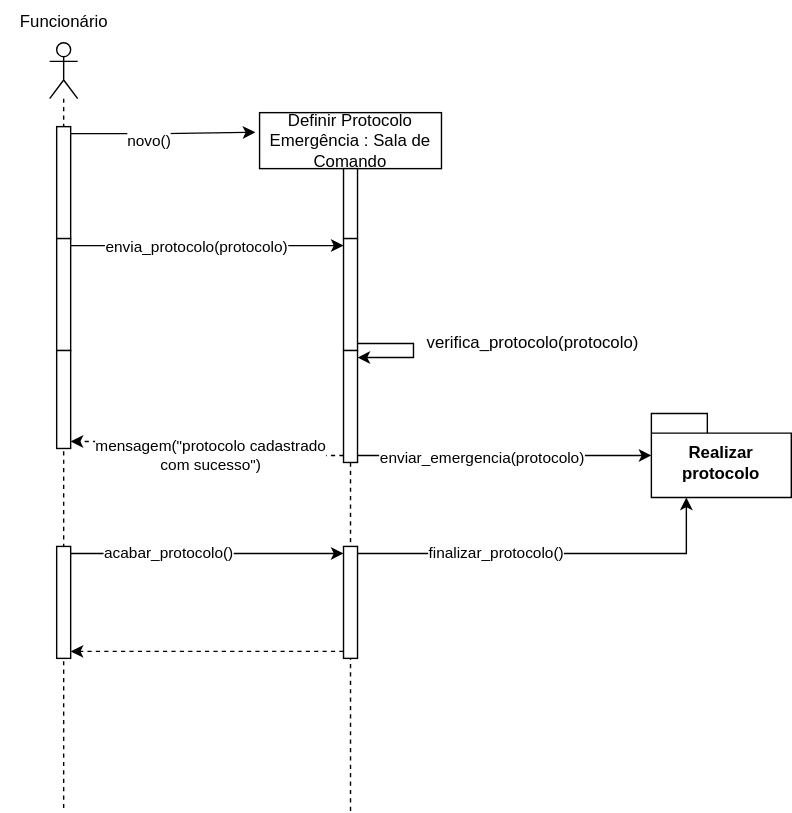
The draw.io diagram Diagrama-Sequencia/diagrama_2.svg in wholocked1/Projeto-2-modelagem, before a commit. Source tidied: cells renumbered, new cells last; positions are measured from the earlier drawing's top-left corner, leaving out a move shared by most shapes.
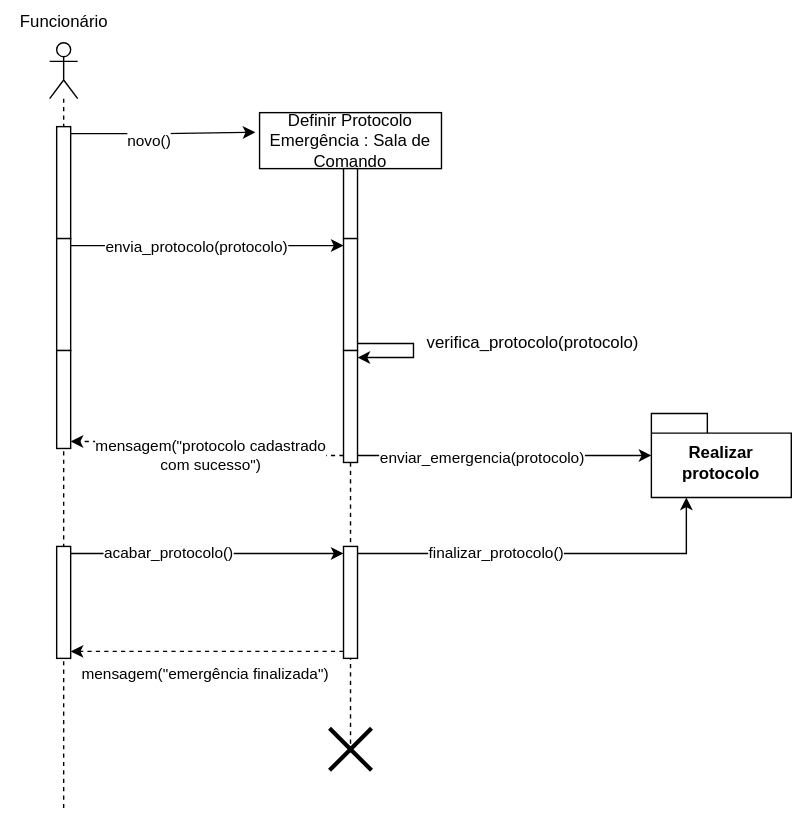
Later version of the same file.

Diff of the diagram source:
```diff
@@ -21,7 +21,7 @@
       <mxGeometry width="90" height="30" as="geometry" />
     </mxCell>
     <mxCell id="8" value="Definir Protocolo Emergência : Sala de Comando" style="shape=umlLifeline;perimeter=lifelinePerimeter;whiteSpace=wrap;html=1;newEdgeStyle={&quot;curved&quot;:0,&quot;rounded&quot;:0};" parent="1" vertex="1">
-      <mxGeometry x="185" y="80" width="130" height="500" as="geometry" />
+      <mxGeometry x="185" y="80" width="130" height="460" as="geometry" />
     </mxCell>
     <mxCell id="9" style="html=1;perimeter=orthogonalPerimeter;targetShapes=umlLifeline;newEdgeStyle={&quot;curved&quot;:0,&quot;rounded&quot;:0};" parent="8" vertex="1">
       <mxGeometry x="60" y="40" width="10" height="50" as="geometry" />
@@ -43,6 +43,9 @@
     <mxCell id="13" style="html=1;points=[[0,0,0,0,5],[0,1,0,0,-5],[1,0,0,0,5],[1,1,0,0,-5]];perimeter=orthogonalPerimeter;outlineConnect=0;targetShapes=umlLifeline;portConstraint=eastwest;newEdgeStyle={&quot;curved&quot;:0,&quot;rounded&quot;:0};" parent="8" vertex="1">
       <mxGeometry x="60" y="310" width="10" height="80" as="geometry" />
     </mxCell>
+    <mxCell id="29" style="shape=umlDestroy;whiteSpace=wrap;html=1;strokeWidth=3;targetShapes=umlLifeline;" parent="8" vertex="1">
+      <mxGeometry x="50" y="440" width="30" height="30" as="geometry" />
+    </mxCell>
     <mxCell id="14" style="edgeStyle=orthogonalEdgeStyle;rounded=0;jettySize=auto;html=1;curved=0;exitX=1;exitY=0;exitDx=0;exitDy=5;exitPerimeter=0;entryX=0;entryY=0;entryDx=0;entryDy=5;entryPerimeter=0;" parent="1" edge="1" source="4" target="10">
       <mxGeometry relative="1" as="geometry" />
     </mxCell>
@@ -92,5 +95,10 @@
     <mxCell id="28" style="edgeStyle=orthogonalEdgeStyle;rounded=0;jettySize=auto;html=1;curved=0;exitX=0;exitY=1;exitDx=0;exitDy=-5;exitPerimeter=0;entryX=1;entryY=1;entryDx=0;entryDy=-5;entryPerimeter=0;dashed=1;" parent="1" edge="1" source="13" target="6">
       <mxGeometry relative="1" as="geometry" />
     </mxCell>
+    <mxCell id="30" value="mensagem(&quot;emergência finalizada&quot;)" style="edgeLabel;html=1;align=center;verticalAlign=middle;" parent="28" vertex="1">
+      <mxGeometry x="0.34" y="2" relative="1" as="geometry">
+        <mxPoint x="31" y="13" as="offset" />
+      </mxGeometry>
+    </mxCell>
   </root>
 </mxGraphModel>
```
